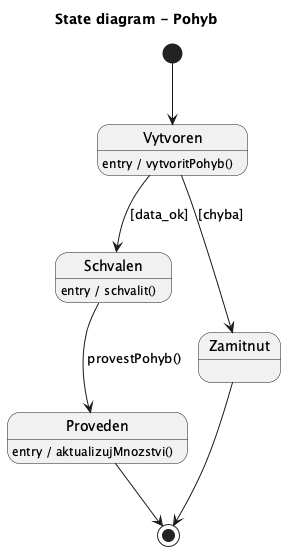
The PlantUML diagram docs/images/09_state_pohyb_skladu.png in lkvapil/wms-elektronicke-soucastky, before a commit.
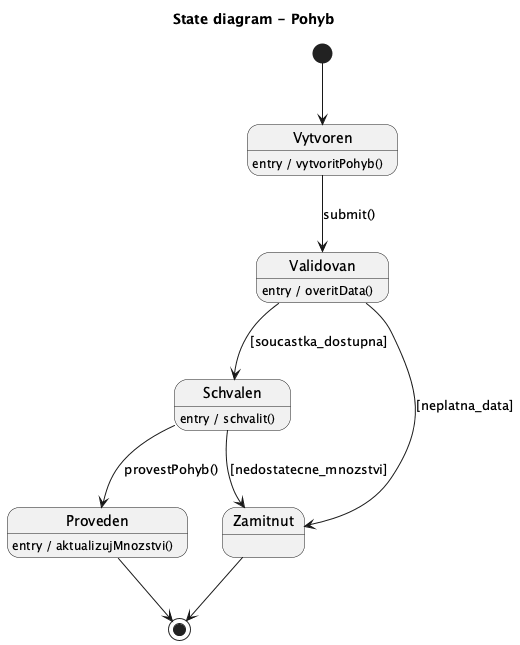
The same file after the commit.

Commit message:
feat: rozsirity stavovy diagram Pohyb o stav Validovan a konkretni podminky

The edit, as a diff of the source:
```diff
@@ -4,13 +4,16 @@
 [*] --> Vytvoren
 
 Vytvoren : entry / vytvoritPohyb()
+Vytvoren --> Validovan : submit()
 
-Vytvoren --> Schvalen : [data_ok]
-Vytvoren --> Zamitnut : [chyba]
+Validovan : entry / overitData()
+Validovan --> Schvalen : [soucastka_dostupna]
+Validovan --> Zamitnut : [neplatna_data]
 
 Schvalen : entry / schvalit()
+Schvalen --> Proveden : provestPohyb()
+Schvalen --> Zamitnut : [nedostatecne_mnozstvi]
 
-Schvalen --> Proveden : provestPohyb()
 Proveden : entry / aktualizujMnozstvi()
 
 Proveden --> [*]
```
